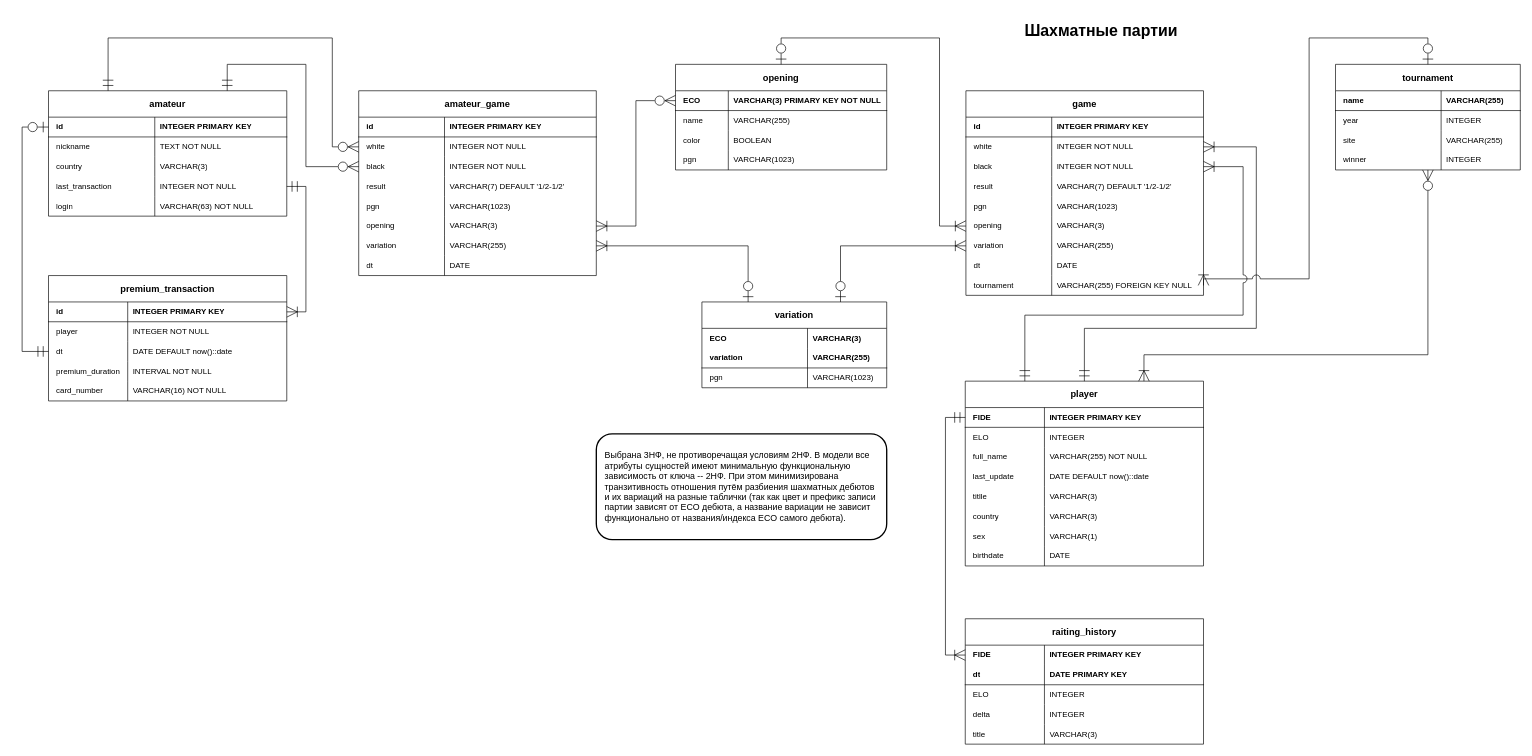
Pr0f1D0c/DB2023Project keeps this draw.io diagram as page "3НФ" (2 of 3) of docs/DB2023.drawio. Above is the earlier version. Source tidied: cells renumbered, new cells numbered last; positions are measured from the earlier drawing's top-left corner, leaving out a move shared by most shapes. Both pictures are drawn from the tidied source at 66%, with x=0, y=0 at pixel (22, 18).
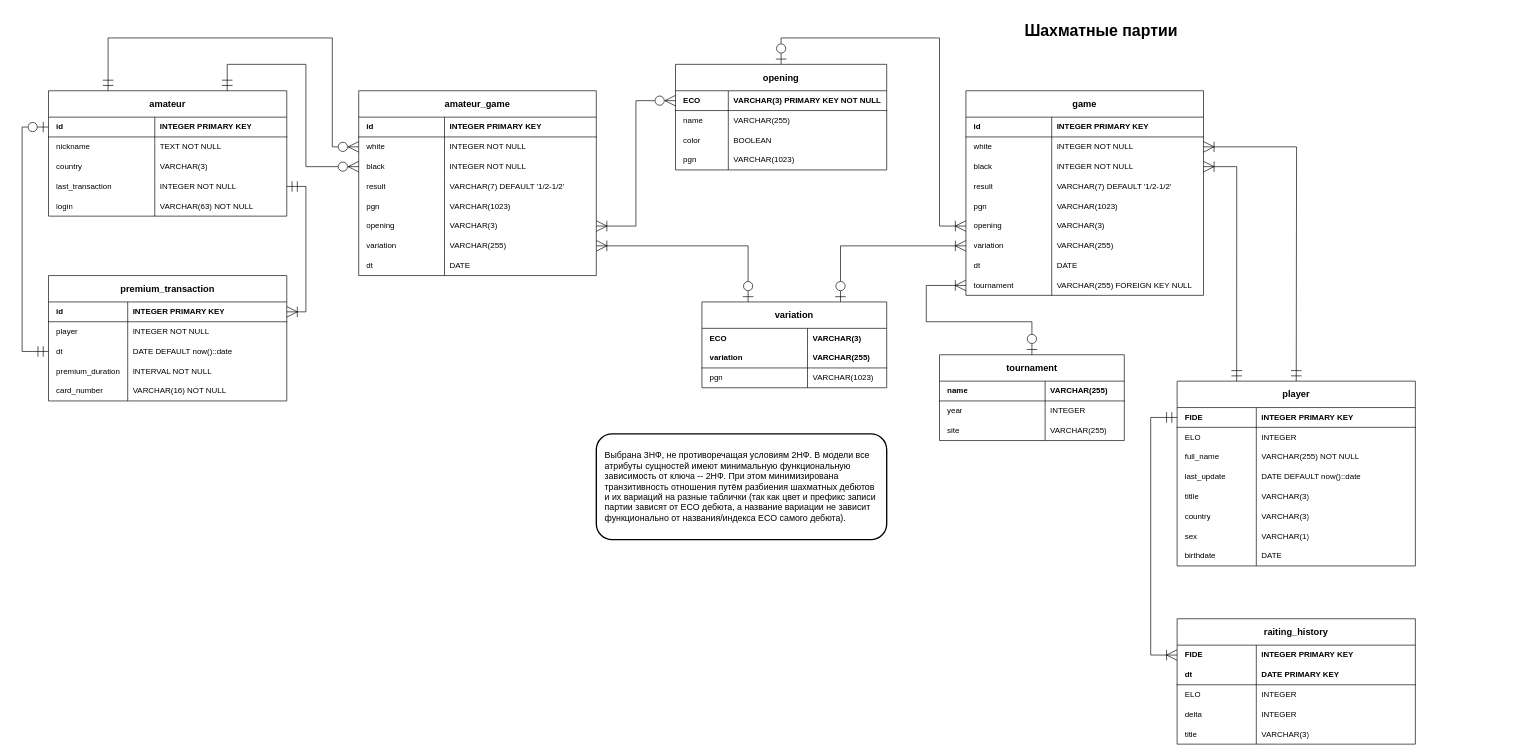
After the change.

Commit message:
delete winner from tournament

The change refers to these unchanged cells:
```xml
<mxCell id="7" style="shape=tableRow;horizontal=0;startSize=0;swimlaneHead=0;swimlaneBody=0;fillColor=none;points=[[0,0.5],[1,0.5]];portConstraint=eastwest;top=0;left=0;right=0;bottom=0;html=1;swimlaneLine=1;fontStyle=1;" parent="3" vertex="1">
  <mxGeometry y="70" width="360" height="30" as="geometry" />
</mxCell>
<mxCell id="10" style="shape=tableRow;horizontal=0;startSize=0;swimlaneHead=0;swimlaneBody=0;fillColor=none;points=[[0,0.5],[1,0.5]];portConstraint=eastwest;top=0;left=0;right=0;bottom=0;html=1;swimlaneLine=1;shadow=0;" parent="3" vertex="1">
  <mxGeometry y="100" width="360" height="30" as="geometry" />
</mxCell>
<mxCell id="28" style="shape=tableRow;horizontal=0;startSize=0;swimlaneHead=0;swimlaneBody=0;fillColor=none;points=[[0,0.5],[1,0.5]];portConstraint=eastwest;top=0;left=0;right=0;bottom=0;" parent="3" vertex="1">
  <mxGeometry y="280" width="360" height="30" as="geometry" />
</mxCell>
<mxCell id="32" style="shape=tableRow;horizontal=0;startSize=0;swimlaneHead=0;swimlaneBody=0;fillColor=none;points=[[0,0.5],[1,0.5]];portConstraint=eastwest;top=0;left=0;right=0;bottom=1;html=1;swimlaneLine=1;fontStyle=1;" parent="31" vertex="1">
  <mxGeometry y="40" width="361" height="30" as="geometry" />
</mxCell>
<mxCell id="87" style="shape=tableRow;horizontal=0;startSize=0;swimlaneHead=0;swimlaneBody=0;fillColor=none;points=[[0,0.5],[1,0.5]];portConstraint=eastwest;top=0;left=0;right=0;bottom=0;html=1;swimlaneLine=1;fontStyle=1;" parent="86" vertex="1">
  <mxGeometry y="40" width="361" height="30" as="geometry" />
</mxCell>
```

Change to the diagram source:
```diff
@@
     <mxCell id="31" value="player" style="shape=table;startSize=40;childLayout=tableLayout;rowLines=0;fontStyle=1;align=center;html=1;whiteSpace=wrap;columnLines=1;swimlaneHead=1;swimlaneBody=1;horizontal=1;resizeLastRow=0;right=1;left=1;bottom=1;top=1;fixDash=0;fontSize=14;" parent="1" vertex="1">
-      <mxGeometry x="1429" y="550" width="361" height="280" as="geometry" />
+      <mxGeometry x="1750" y="550" width="361" height="280" as="geometry" />
     </mxCell>
@@
     <mxCell id="69" value="tournament" style="shape=table;startSize=40;childLayout=tableLayout;rowLines=0;fontStyle=1;align=center;html=1;whiteSpace=wrap;columnLines=1;swimlaneHead=1;swimlaneBody=1;horizontal=1;resizeLastRow=0;right=1;left=1;bottom=1;top=1;fixDash=0;fontSize=14;" parent="1" vertex="1">
-      <mxGeometry x="1990" y="70" width="280" height="160" as="geometry" />
+      <mxGeometry x="1390" y="510" width="280" height="130" as="geometry" />
     </mxCell>
@@
-    <mxCell id="79" style="shape=tableRow;horizontal=0;startSize=0;swimlaneHead=0;swimlaneBody=0;fillColor=none;points=[[0,0.5],[1,0.5]];portConstraint=eastwest;top=0;left=0;right=0;bottom=0;html=1;" parent="69" vertex="1">
-      <mxGeometry y="130" width="280" height="30" as="geometry" />
-    </mxCell>
-    <mxCell id="80" value="winner" style="shape=partialRectangle;fillColor=none;top=0;left=0;bottom=0;right=0;fontStyle=0;overflow=hidden;html=1;whiteSpace=wrap;align=left;spacingLeft=10;" parent="79" vertex="1">
-      <mxGeometry width="160" height="30" as="geometry" />
-    </mxCell>
-    <mxCell id="81" value="INTEGER" style="shape=partialRectangle;fillColor=none;top=0;left=0;bottom=0;right=0;align=left;spacingLeft=6;fontStyle=0;overflow=hidden;html=1;whiteSpace=wrap;" parent="79" vertex="1">
-      <mxGeometry x="160" width="120" height="30" as="geometry" />
-    </mxCell>
     <mxCell id="82" style="edgeStyle=orthogonalEdgeStyle;rounded=0;jettySize=auto;html=1;entryX=0.5;entryY=0;entryDx=0;entryDy=0;startArrow=ERoneToMany;startFill=0;endSize=14;startSize=14;endArrow=ERmandOne;endFill=0;jumpStyle=arc;jumpSize=12;exitX=1;exitY=0.5;exitDx=0;exitDy=0;" parent="1" edge="1" source="7" target="31">
       <mxGeometry relative="1" as="geometry">
         <Array as="points">
-          <mxPoint x="1870" y="195" />
-          <mxPoint x="1870" y="470" />
-          <mxPoint x="1610" y="470" />
+          <mxPoint x="1931" y="195" />
+          <mxPoint x="1931" y="470" />
         </Array>
       </mxGeometry>
     </mxCell>
@@
-    <mxCell id="84" style="edgeStyle=orthogonalEdgeStyle;rounded=0;jettySize=auto;html=1;entryX=0.5;entryY=0;entryDx=0;entryDy=0;endSize=14;startSize=14;endArrow=ERzeroToOne;endFill=0;startArrow=ERoneToMany;startFill=0;jumpStyle=arc;jumpSize=12;exitX=1;exitY=0.5;exitDx=0;exitDy=0;" parent="1" edge="1" source="28" target="69">
+    <mxCell id="84" style="edgeStyle=orthogonalEdgeStyle;rounded=0;jettySize=auto;html=1;entryX=0.5;entryY=0;entryDx=0;entryDy=0;endSize=14;startSize=14;endArrow=ERzeroToOne;endFill=0;startArrow=ERoneToMany;startFill=0;jumpStyle=arc;jumpSize=12;exitX=0;exitY=0.5;exitDx=0;exitDy=0;" parent="1" edge="1" source="28" target="69">
       <mxGeometry relative="1" as="geometry">
         <Array as="points">
-          <mxPoint x="1950" y="395" />
-          <mxPoint x="1950" y="30" />
-          <mxPoint x="2130" y="30" />
+          <mxPoint x="1370" y="405" />
+          <mxPoint x="1370" y="460" />
+          <mxPoint x="1530" y="460" />
         </Array>
       </mxGeometry>
     </mxCell>
-    <mxCell id="85" style="edgeStyle=orthogonalEdgeStyle;rounded=0;jettySize=auto;html=1;entryX=0.75;entryY=0;entryDx=0;entryDy=0;endSize=14;startSize=14;endArrow=ERoneToMany;endFill=0;jumpStyle=arc;jumpSize=12;startArrow=ERzeroToMany;startFill=0;" parent="1" edge="1" source="79" target="31">
-      <mxGeometry relative="1" as="geometry">
-        <Array as="points">
-          <mxPoint x="2130" y="510" />
-          <mxPoint x="1700" y="510" />
-        </Array>
-      </mxGeometry>
-    </mxCell>
     <mxCell id="86" value="raiting_history" style="shape=table;startSize=40;childLayout=tableLayout;rowLines=0;fontStyle=1;align=center;html=1;whiteSpace=wrap;columnLines=1;swimlaneHead=1;swimlaneBody=1;horizontal=1;resizeLastRow=0;right=1;left=1;bottom=1;top=1;fixDash=0;fontSize=14;" parent="1" vertex="1">
-      <mxGeometry x="1429" y="910" width="361" height="190" as="geometry" />
+      <mxGeometry x="1750" y="910" width="361" height="190" as="geometry" />
     </mxCell>
@@
     <mxCell id="102" style="edgeStyle=orthogonalEdgeStyle;rounded=0;jettySize=auto;html=1;entryX=0;entryY=0.5;entryDx=0;entryDy=0;endArrow=ERoneToMany;endFill=0;endSize=14;startSize=14;startArrow=ERmandOne;startFill=0;" parent="1" edge="1" source="32" target="87">
       <mxGeometry relative="1" as="geometry">
         <Array as="points">
-          <mxPoint x="1399" y="605" />
-          <mxPoint x="1399" y="965" />
+          <mxPoint x="1710" y="605" />
+          <mxPoint x="1710" y="965" />
         </Array>
       </mxGeometry>
     </mxCell>
     <mxCell id="103" style="edgeStyle=orthogonalEdgeStyle;rounded=0;jettySize=auto;html=1;entryX=0.25;entryY=0;entryDx=0;entryDy=0;jumpStyle=arc;jumpSize=12;startArrow=ERoneToMany;startFill=0;endArrow=ERmandOne;endFill=0;endSize=14;startSize=14;exitX=1;exitY=0.5;exitDx=0;exitDy=0;" parent="1" edge="1" source="10" target="31">
       <mxGeometry relative="1" as="geometry">
         <Array as="points">
-          <mxPoint x="1850" y="225" />
-          <mxPoint x="1850" y="450" />
-          <mxPoint x="1519" y="450" />
+          <mxPoint x="1840" y="225" />
         </Array>
       </mxGeometry>
     </mxCell>
```
